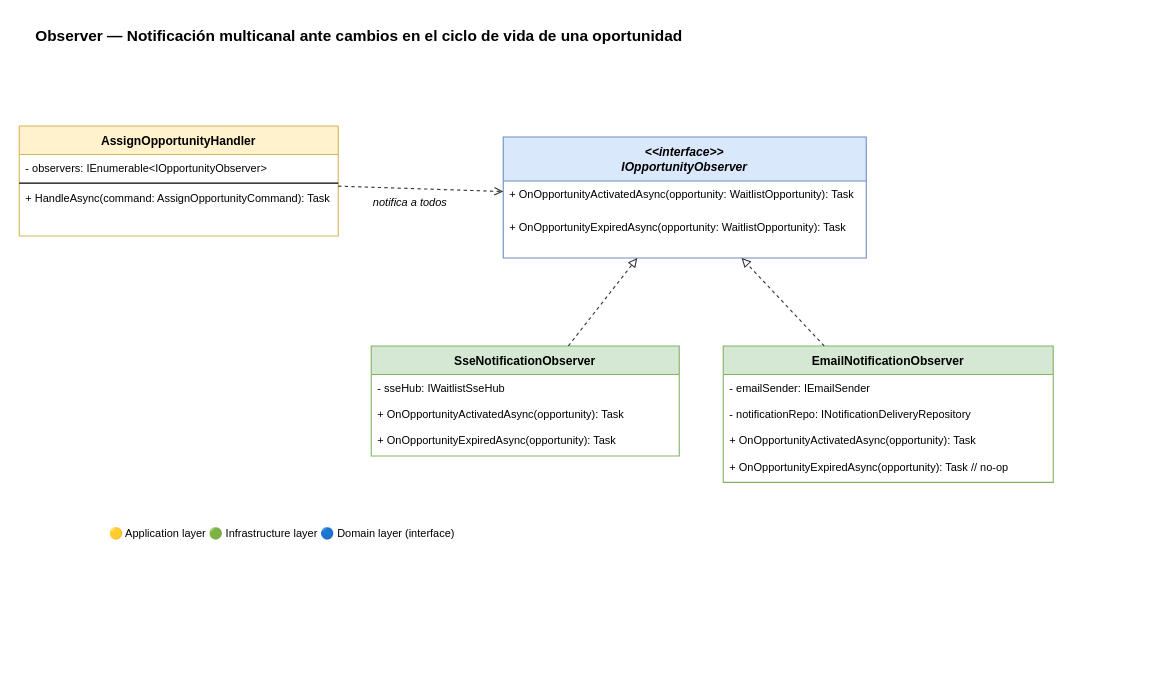
This is docs/Features/Feature1/patterns/observer.drawio from Jomruizgo/ticketing_project_week1, a draw.io file, before an edit. Source tidied: cells renumbered, new cells numbered last; positions are measured from the earlier drawing's top-left corner, leaving out a move shared by most shapes. Both pictures are drawn from the tidied source at 110%, with x=0, y=0 at pixel (19, 19).
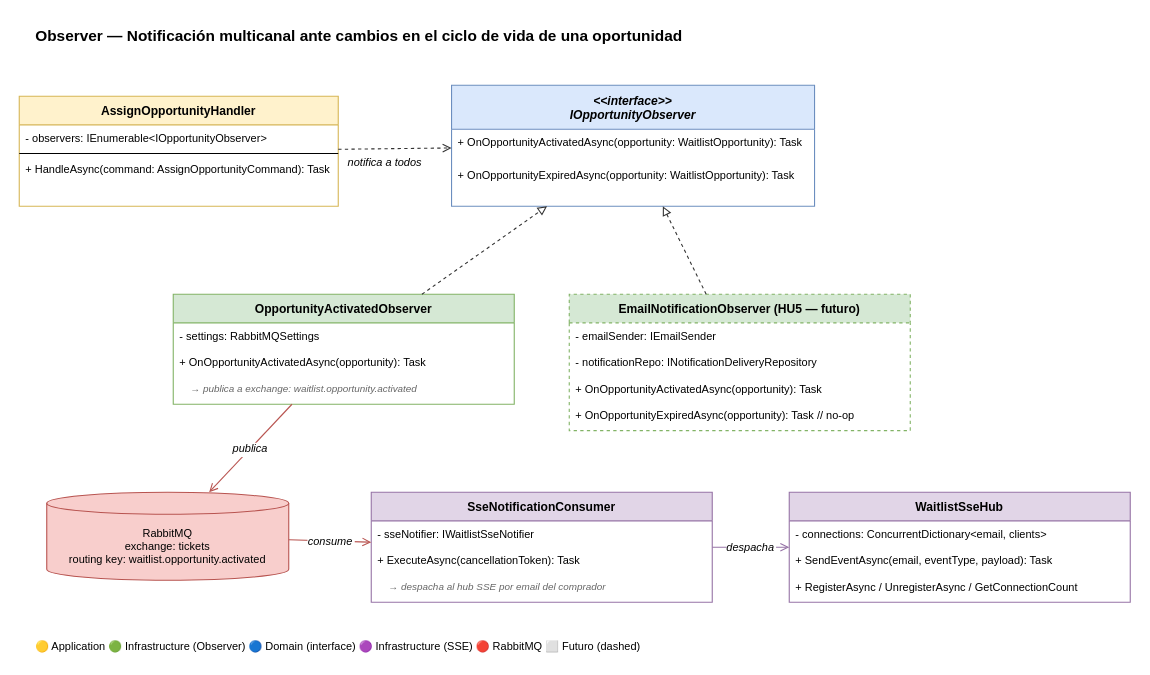
After the change.

Change to the diagram source:
```diff
@@
     <mxCell id="3" value="&lt;&lt;interface&gt;&gt;&#10;IOpportunityObserver" style="swimlane;fontStyle=3;align=center;startSize=40;fontSize=11;fillColor=#dae8fc;strokeColor=#6c8ebf;" parent="1" vertex="1">
-      <mxGeometry x="440" y="107" width="330" height="110" as="geometry" />
+      <mxGeometry x="393" y="60" width="330" height="110" as="geometry" />
     </mxCell>
@@
     <mxCell id="6" value="AssignOpportunityHandler" style="swimlane;fontStyle=1;align=center;startSize=26;fontSize=11;fillColor=#fff2cc;strokeColor=#d6b656;" parent="1" vertex="1">
-      <mxGeometry y="97" width="290" height="100" as="geometry" />
+      <mxGeometry y="70" width="290" height="100" as="geometry" />
     </mxCell>
@@
-    <mxCell id="10" value="SseNotificationObserver" style="swimlane;fontStyle=1;align=center;startSize=26;fontSize=11;fillColor=#d5e8d4;strokeColor=#82b366;" parent="1" vertex="1">
-      <mxGeometry x="320" y="297" width="280" height="100" as="geometry" />
-    </mxCell>
-    <mxCell id="11" value="- sseHub: IWaitlistSseHub" style="text;align=left;fontSize=10;spacingLeft=4;" parent="10" vertex="1">
-      <mxGeometry y="26" width="280" height="24" as="geometry" />
-    </mxCell>
+    <mxCell id="24" value="OpportunityActivatedObserver" style="swimlane;fontStyle=1;align=center;startSize=26;fontSize=11;fillColor=#d5e8d4;strokeColor=#82b366;" parent="1" vertex="1">
+      <mxGeometry x="140" y="250" width="310" height="100" as="geometry" />
+    </mxCell>
+    <mxCell id="25" value="- settings: RabbitMQSettings" style="text;align=left;fontSize=10;spacingLeft=4;" parent="24" vertex="1">
+      <mxGeometry y="26" width="310" height="24" as="geometry" />
+    </mxCell>
-    <mxCell id="12" value="+ OnOpportunityActivatedAsync(opportunity): Task" style="text;align=left;fontSize=10;spacingLeft=4;" parent="10" vertex="1">
-      <mxGeometry y="50" width="280" height="24" as="geometry" />
+    <mxCell id="12" value="+ OnOpportunityActivatedAsync(opportunity): Task" style="text;align=left;fontSize=10;spacingLeft=4;" parent="24" vertex="1">
+      <mxGeometry y="50" width="310" height="24" as="geometry" />
     </mxCell>
-    <mxCell id="13" value="+ OnOpportunityExpiredAsync(opportunity): Task" style="text;align=left;fontSize=10;spacingLeft=4;" parent="10" vertex="1">
-      <mxGeometry y="74" width="280" height="24" as="geometry" />
-    </mxCell>
+    <mxCell id="26" value="  → publica a exchange: waitlist.opportunity.activated" style="text;align=left;fontSize=9;spacingLeft=14;fontStyle=2;fontColor=#666666;" parent="24" vertex="1">
+      <mxGeometry y="74" width="310" height="24" as="geometry" />
+    </mxCell>
-    <mxCell id="14" value="EmailNotificationObserver" style="swimlane;fontStyle=1;align=center;startSize=26;fontSize=11;fillColor=#d5e8d4;strokeColor=#82b366;" parent="1" vertex="1">
-      <mxGeometry x="640" y="297" width="300" height="124" as="geometry" />
+    <mxCell id="14" value="EmailNotificationObserver (HU5 — futuro)" style="swimlane;fontStyle=1;align=center;startSize=26;fontSize=11;fillColor=#d5e8d4;strokeColor=#82b366;dashed=1;" parent="1" vertex="1">
+      <mxGeometry x="500" y="250" width="310" height="124" as="geometry" />
     </mxCell>
     <mxCell id="15" value="- emailSender: IEmailSender" style="text;align=left;fontSize=10;spacingLeft=4;" parent="14" vertex="1">
-      <mxGeometry y="26" width="300" height="24" as="geometry" />
+      <mxGeometry y="26" width="310" height="24" as="geometry" />
     </mxCell>
     <mxCell id="16" value="- notificationRepo: INotificationDeliveryRepository" style="text;align=left;fontSize=10;spacingLeft=4;" parent="14" vertex="1">
-      <mxGeometry y="50" width="300" height="24" as="geometry" />
+      <mxGeometry y="50" width="310" height="24" as="geometry" />
     </mxCell>
     <mxCell id="17" value="+ OnOpportunityActivatedAsync(opportunity): Task" style="text;align=left;fontSize=10;spacingLeft=4;" parent="14" vertex="1">
-      <mxGeometry y="74" width="300" height="24" as="geometry" />
+      <mxGeometry y="74" width="310" height="24" as="geometry" />
     </mxCell>
     <mxCell id="18" value="+ OnOpportunityExpiredAsync(opportunity): Task  // no-op" style="text;align=left;fontSize=10;spacingLeft=4;" parent="14" vertex="1">
-      <mxGeometry y="98" width="300" height="24" as="geometry" />
+      <mxGeometry y="98" width="310" height="24" as="geometry" />
     </mxCell>
+    <mxCell id="27" value="RabbitMQ&#10;exchange: tickets&#10;routing key: waitlist.opportunity.activated" style="shape=cylinder3;whiteSpace=wrap;html=1;boundedLbl=1;backgroundOutline=1;size=10;fillColor=#f8cecc;strokeColor=#b85450;fontSize=10;align=center;" parent="1" vertex="1">
+      <mxGeometry x="25" y="430" width="220" height="80" as="geometry" />
+    </mxCell>
+    <mxCell id="28" value="SseNotificationConsumer" style="swimlane;fontStyle=1;align=center;startSize=26;fontSize=11;fillColor=#e1d5e7;strokeColor=#9673a6;" parent="1" vertex="1">
+      <mxGeometry x="320" y="430" width="310" height="100" as="geometry" />
+    </mxCell>
+    <mxCell id="29" value="- sseNotifier: IWaitlistSseNotifier" style="text;align=left;fontSize=10;spacingLeft=4;" parent="28" vertex="1">
+      <mxGeometry y="26" width="310" height="24" as="geometry" />
+    </mxCell>
+    <mxCell id="30" value="+ ExecuteAsync(cancellationToken): Task" style="text;align=left;fontSize=10;spacingLeft=4;" parent="28" vertex="1">
+      <mxGeometry y="50" width="310" height="24" as="geometry" />
+    </mxCell>
+    <mxCell id="31" value="  → despacha al hub SSE por email del comprador" style="text;align=left;fontSize=9;spacingLeft=14;fontStyle=2;fontColor=#666666;" parent="28" vertex="1">
+      <mxGeometry y="74" width="310" height="24" as="geometry" />
+    </mxCell>
+    <mxCell id="32" value="WaitlistSseHub" style="swimlane;fontStyle=1;align=center;startSize=26;fontSize=11;fillColor=#e1d5e7;strokeColor=#9673a6;" parent="1" vertex="1">
+      <mxGeometry x="700" y="430" width="310" height="100" as="geometry" />
+    </mxCell>
+    <mxCell id="33" value="- connections: ConcurrentDictionary&lt;email, clients&gt;" style="text;align=left;fontSize=10;spacingLeft=4;" parent="32" vertex="1">
+      <mxGeometry y="26" width="310" height="24" as="geometry" />
+    </mxCell>
+    <mxCell id="34" value="+ SendEventAsync(email, eventType, payload): Task" style="text;align=left;fontSize=10;spacingLeft=4;" parent="32" vertex="1">
+      <mxGeometry y="50" width="310" height="24" as="geometry" />
+    </mxCell>
+    <mxCell id="35" value="+ RegisterAsync / UnregisterAsync / GetConnectionCount" style="text;align=left;fontSize=10;spacingLeft=4;" parent="32" vertex="1">
+      <mxGeometry y="74" width="310" height="24" as="geometry" />
+    </mxCell>
@@
-    <mxCell id="21" style="endArrow=block;endFill=0;dashed=1;strokeColor=#333333;" parent="1" edge="1" source="10" target="3">
+    <mxCell id="21" style="endArrow=block;endFill=0;dashed=1;strokeColor=#333333;" parent="1" edge="1" source="24" target="3">
       <mxGeometry relative="1" as="geometry" />
     </mxCell>
@@
+    <mxCell id="36" value="publica" style="endArrow=open;endFill=1;strokeColor=#b85450;fontSize=10;fontStyle=2;" parent="1" edge="1" source="24" target="27">
+      <mxGeometry relative="1" as="geometry" />
+    </mxCell>
+    <mxCell id="37" value="consume" style="endArrow=open;endFill=1;strokeColor=#b85450;fontSize=10;fontStyle=2;" parent="1" edge="1" source="27" target="28">
+      <mxGeometry relative="1" as="geometry" />
+    </mxCell>
+    <mxCell id="38" value="despacha" style="endArrow=open;endFill=1;strokeColor=#9673a6;fontSize=10;fontStyle=2;" parent="1" edge="1" source="28" target="32">
+      <mxGeometry relative="1" as="geometry" />
+    </mxCell>
-    <mxCell id="23" value="&lt;font style='font-size:10px'&gt;🟡 Application layer  🟢 Infrastructure layer  🔵 Domain layer (interface)&lt;/font&gt;" style="text;html=1;align=left;verticalAlign=middle;" parent="1" vertex="1">
-      <mxGeometry x="80" y="457" width="500" height="20" as="geometry" />
+    <mxCell id="23" value="&lt;font style='font-size:10px'&gt;🟡 Application  🟢 Infrastructure (Observer)  🔵 Domain (interface)  🟣 Infrastructure (SSE)  🔴 RabbitMQ  ⬜ Futuro (dashed)&lt;/font&gt;" style="text;html=1;align=left;verticalAlign=middle;" parent="1" vertex="1">
+      <mxGeometry x="13" y="560" width="700" height="20" as="geometry" />
     </mxCell>
```
